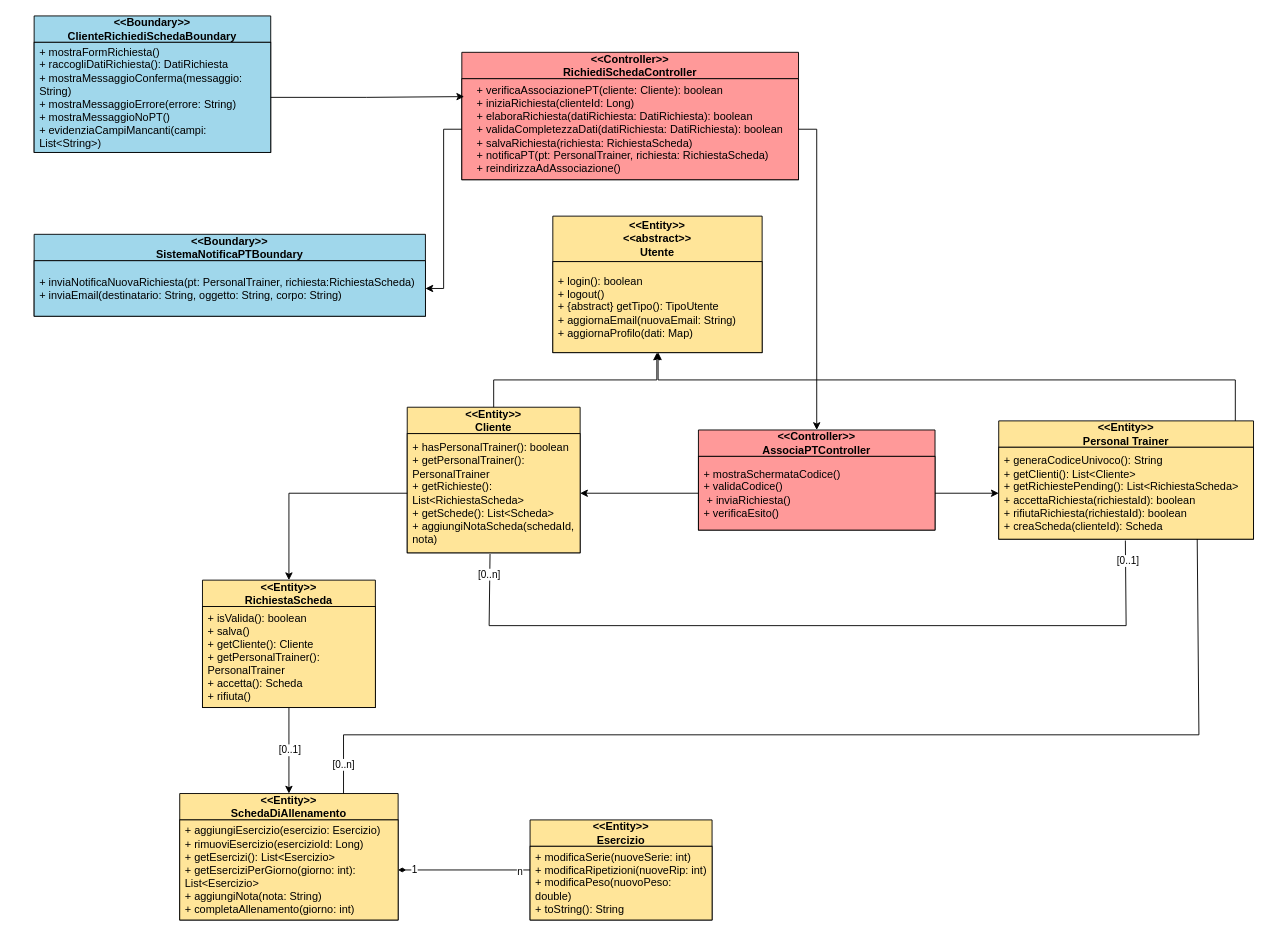
This is VOPC/VOPCRichiediScheda.drawio from FedericoSib/FitPlan, a draw.io file, before an edit. Source tidied: cells renumbered, new cells numbered last; positions are measured from the earlier drawing's top-left corner, leaving out a move shared by most shapes. Both pictures are drawn from the tidied source at 91%, with x=0, y=0 at pixel (34, 15).
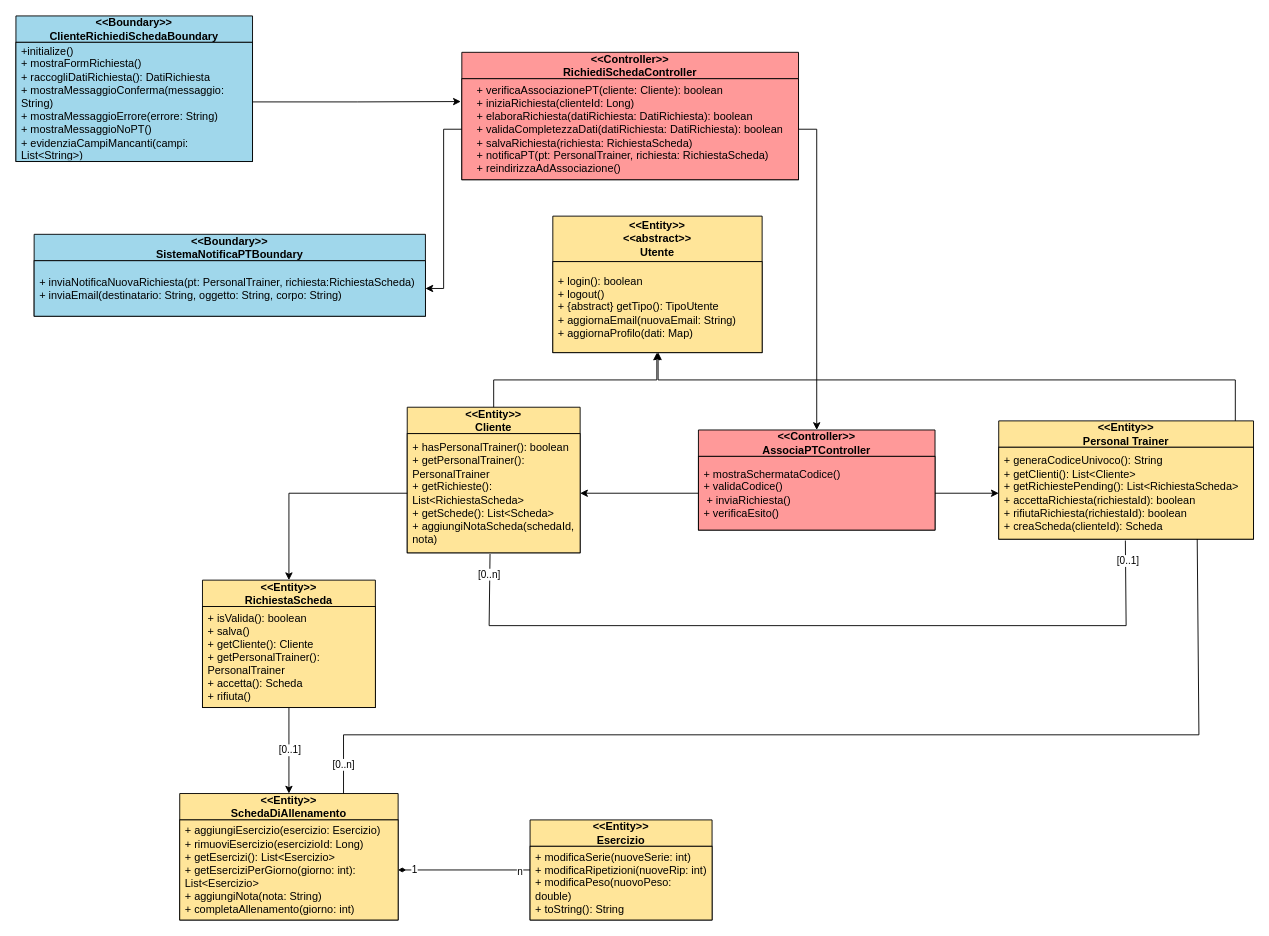
The same page after the edit.

The change refers to these unchanged cells:
```xml
<mxCell id="5" value="&lt;div align=&quot;left&quot;&gt;+ verificaAssociazionePT(cliente: Cliente): boolean&lt;br&gt;+ iniziaRichiesta(clienteId: Long)&lt;br&gt;+ elaboraRichiesta(datiRichiesta: DatiRichiesta): boolean&lt;br&gt;+ validaCompletezzaDati(datiRichiesta: DatiRichiesta): boolean&lt;br&gt;+ salvaRichiesta(richiesta: RichiestaScheda)&lt;br&gt;+ notificaPT(pt: PersonalTrainer, richiesta: RichiestaScheda)&lt;/div&gt;&lt;div align=&quot;left&quot;&gt;+ reindirizzaAdAssociazione()&lt;/div&gt;" style="text;html=1;strokeColor=default;fillColor=#FF9999;align=center;verticalAlign=middle;spacingLeft=4;spacingRight=4;overflow=hidden;points=[[0,0.5],[1,0.5]];portConstraint=eastwest;whiteSpace=wrap;" parent="4" vertex="1">
  <mxGeometry y="29" width="370" height="111" as="geometry" />
</mxCell>
```

The edit, as a diff of the source:
```diff
@@
     <mxCell id="2" value="&lt;div&gt;&amp;lt;&amp;lt;Boundary&amp;gt;&amp;gt;&lt;/div&gt;&lt;div&gt;ClienteRichiediSchedaBoundary&lt;/div&gt;" style="swimlane;fontStyle=1;align=center;verticalAlign=middle;horizontal=1;startSize=29;html=1;whiteSpace=wrap;swimlaneFillColor=light-dark(#ffffff, #ededed);fillColor=#A0D7EB;" parent="1" vertex="1">
-      <mxGeometry width="260" height="150" as="geometry" />
+      <mxGeometry x="-20" width="260" height="160" as="geometry" />
     </mxCell>
-    <mxCell id="3" value="&lt;div align=&quot;left&quot;&gt;&lt;span&gt;&lt;span&gt;  + mostraFormRichiesta()&lt;/span&gt;&lt;/span&gt;&lt;br&gt;&lt;span&gt;&lt;span&gt;&lt;/span&gt;&lt;/span&gt;&lt;span&gt;     + raccogliDatiRichiesta(): DatiRichiesta&lt;/span&gt;&lt;br&gt;&lt;span&gt;&lt;/span&gt;&lt;span&gt;     + mostraMessaggioConferma(messaggio: String)&lt;/span&gt;&lt;br&gt;&lt;span&gt;&lt;/span&gt;&lt;span&gt;     + mostraMessaggioErrore(errore: String)&lt;/span&gt;&lt;br&gt;&lt;span&gt;&lt;/span&gt;&lt;span&gt;     + mostraMessaggioNoPT()&lt;/span&gt;&lt;br&gt;&lt;span&gt;&lt;/span&gt;&lt;span&gt;     + evidenziaCampiMancanti(campi: List&amp;lt;String&amp;gt;)&lt;/span&gt;&lt;/div&gt;" style="text;html=1;strokeColor=default;fillColor=#A0D7EB;align=left;verticalAlign=middle;spacingLeft=4;spacingRight=4;overflow=hidden;points=[[0,0.5],[1,0.5]];portConstraint=eastwest;whiteSpace=wrap;" parent="2" vertex="1">
-      <mxGeometry y="29" width="260" height="121" as="geometry" />
+    <mxCell id="3" value="&lt;div align=&quot;left&quot;&gt;&lt;span&gt;&lt;span&gt;+initialize()&lt;/span&gt;&lt;/span&gt;&lt;/div&gt;&lt;div align=&quot;left&quot;&gt;&lt;span&gt;&lt;span&gt;+ mostraFormRichiesta()&lt;/span&gt;&lt;/span&gt;&lt;br&gt;&lt;span&gt;&lt;span&gt;&lt;/span&gt;&lt;/span&gt;&lt;span&gt;     + raccogliDatiRichiesta(): DatiRichiesta&lt;/span&gt;&lt;br&gt;&lt;span&gt;&lt;/span&gt;&lt;span&gt;     + mostraMessaggioConferma(messaggio: String)&lt;/span&gt;&lt;br&gt;&lt;span&gt;&lt;/span&gt;&lt;span&gt;     + mostraMessaggioErrore(errore: String)&lt;/span&gt;&lt;br&gt;&lt;span&gt;&lt;/span&gt;&lt;span&gt;     + mostraMessaggioNoPT()&lt;/span&gt;&lt;br&gt;&lt;span&gt;&lt;/span&gt;&lt;span&gt;     + evidenziaCampiMancanti(campi: List&amp;lt;String&amp;gt;)&lt;/span&gt;&lt;/div&gt;" style="text;html=1;strokeColor=default;fillColor=#A0D7EB;align=left;verticalAlign=middle;spacingLeft=4;spacingRight=4;overflow=hidden;points=[[0,0.5],[1,0.5]];portConstraint=eastwest;whiteSpace=wrap;" parent="2" vertex="1">
+      <mxGeometry y="29" width="260" height="131" as="geometry" />
     </mxCell>
@@
-    <mxCell id="41" style="edgeStyle=orthogonalEdgeStyle;rounded=0;jettySize=auto;html=1;entryX=0.007;entryY=0.177;entryDx=0;entryDy=0;entryPerimeter=0;" parent="1" edge="1" source="3" target="5">
+    <mxCell id="41" style="edgeStyle=orthogonalEdgeStyle;rounded=0;jettySize=auto;html=1;entryX=-0.003;entryY=0.226;entryDx=0;entryDy=0;entryPerimeter=0;" parent="1" edge="1" source="3" target="5">
       <mxGeometry relative="1" as="geometry" />
     </mxCell>
```
